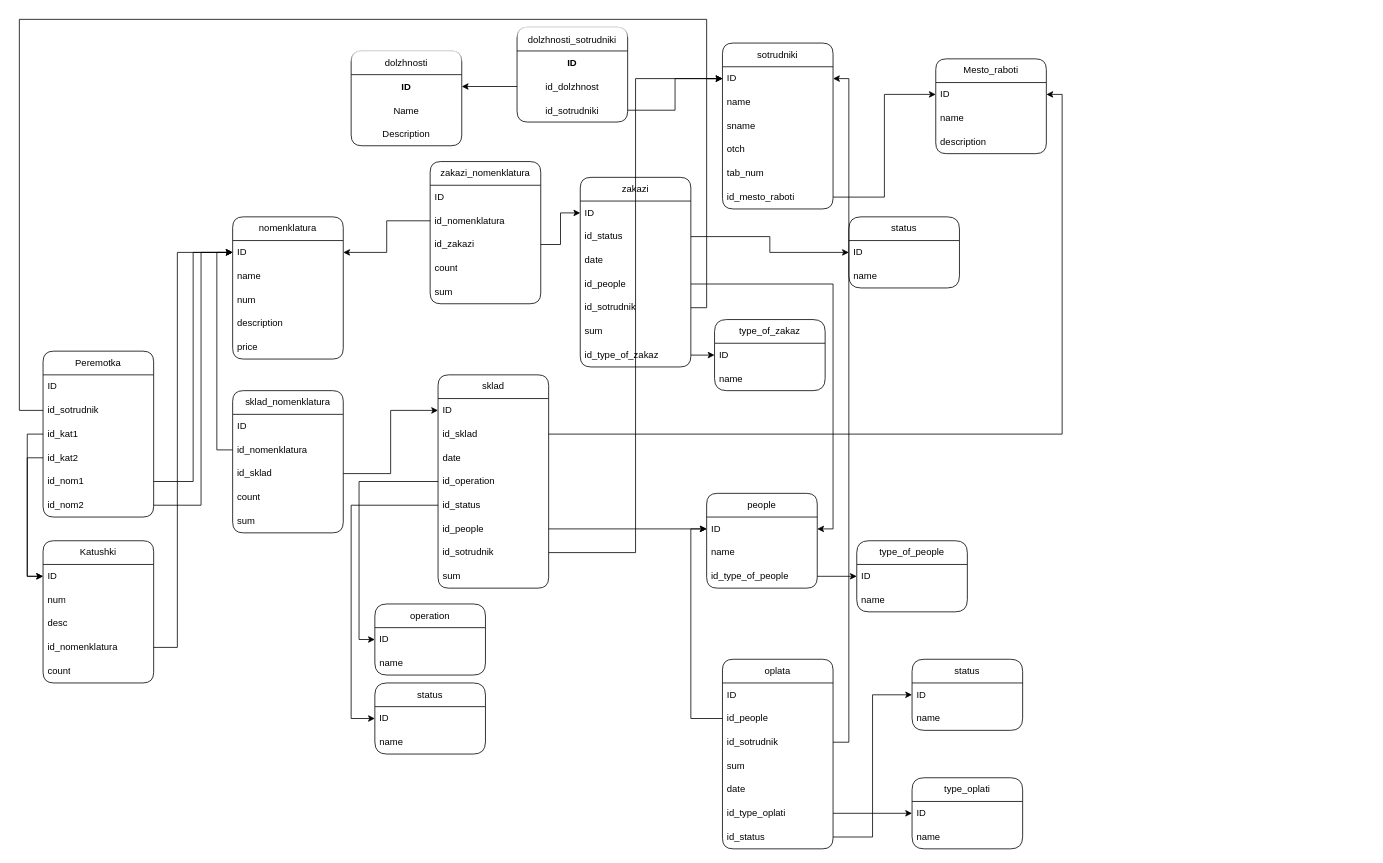
Before: АРМы.drawio in OGdanik/db_diagrams, a draw.io diagram. Source tidied: cells renumbered, new cells numbered last; positions are measured from the earlier drawing's top-left corner, leaving out a move shared by most shapes. Both pictures are drawn from the tidied source at 79%, with x=0, y=0 at pixel (19, 19).
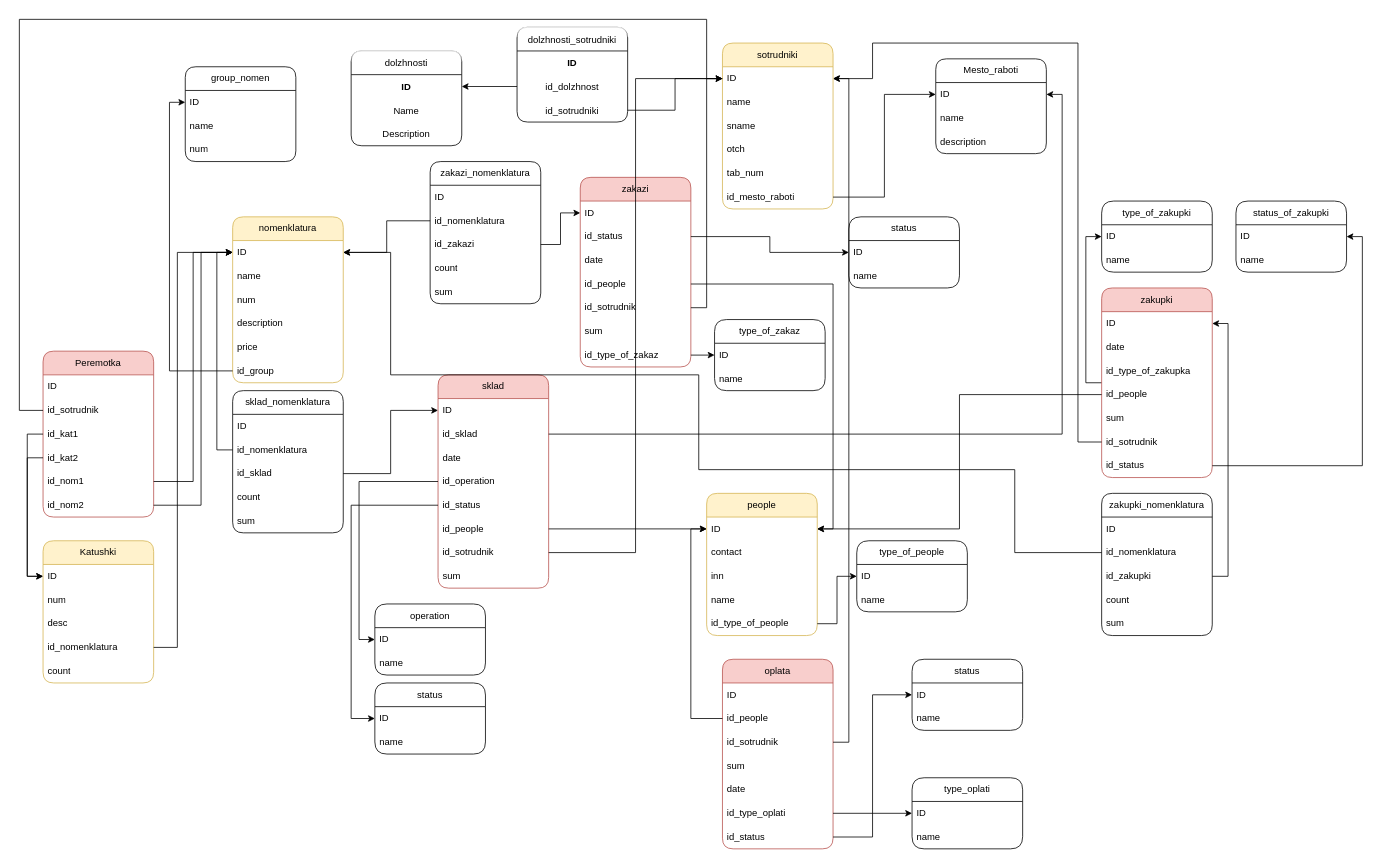
The same diagram, later.

The change refers to these unchanged cells:
```xml
<mxCell id="7" value="ID" style="text;strokeColor=none;fillColor=none;align=left;verticalAlign=middle;spacingLeft=4;spacingRight=4;overflow=hidden;points=[[0,0.5],[1,0.5]];portConstraint=eastwest;whiteSpace=wrap;html=1;" parent="6" vertex="1">
  <mxGeometry y="30" width="140" height="30" as="geometry" />
</mxCell>
<mxCell id="25" value="ID" style="text;strokeColor=none;fillColor=none;align=left;verticalAlign=middle;spacingLeft=4;spacingRight=4;overflow=hidden;points=[[0,0.5],[1,0.5]];portConstraint=eastwest;whiteSpace=wrap;html=1;" parent="24" vertex="1">
  <mxGeometry y="30" width="140" height="30" as="geometry" />
</mxCell>
<mxCell id="29" value="ID" style="text;strokeColor=none;fillColor=none;align=left;verticalAlign=middle;spacingLeft=4;spacingRight=4;overflow=hidden;points=[[0,0.5],[1,0.5]];portConstraint=eastwest;whiteSpace=wrap;html=1;" parent="28" vertex="1">
  <mxGeometry y="30" width="140" height="30" as="geometry" />
</mxCell>
```

The edit, as a diff of the source:
```diff
@@
-    <mxCell id="6" value="sotrudniki" style="swimlane;fontStyle=0;horizontal=1;startSize=30;whiteSpace=wrap;html=1;fillStyle=auto;shadow=0;glass=0;rounded=1;" parent="1" vertex="1">
+    <mxCell id="6" value="sotrudniki" style="swimlane;fontStyle=0;horizontal=1;startSize=30;whiteSpace=wrap;html=1;fillStyle=auto;shadow=0;glass=0;rounded=1;fillColor=#fff2cc;strokeColor=#d6b656;" parent="1" vertex="1">
       <mxGeometry x="890" y="30" width="140" height="210" as="geometry" />
     </mxCell>
@@
-    <mxCell id="24" value="people" style="swimlane;fontStyle=0;horizontal=1;startSize=30;whiteSpace=wrap;html=1;fillStyle=auto;shadow=0;glass=0;rounded=1;" parent="1" vertex="1">
-      <mxGeometry x="870" y="600" width="140" height="120" as="geometry" />
+    <mxCell id="24" value="people" style="swimlane;fontStyle=0;horizontal=1;startSize=30;whiteSpace=wrap;html=1;fillStyle=auto;shadow=0;glass=0;rounded=1;fillColor=#fff2cc;strokeColor=#d6b656;" parent="1" vertex="1">
+      <mxGeometry x="870" y="600" width="140" height="180" as="geometry" />
     </mxCell>
@@
+    <mxCell id="129" value="contact" style="text;strokeColor=none;fillColor=none;align=left;verticalAlign=middle;spacingLeft=4;spacingRight=4;overflow=hidden;whiteSpace=wrap;html=1;" parent="24" vertex="1">
+      <mxGeometry y="60" width="140" height="30" as="geometry" />
+    </mxCell>
+    <mxCell id="130" value="inn" style="text;strokeColor=none;fillColor=none;align=left;verticalAlign=middle;spacingLeft=4;spacingRight=4;overflow=hidden;whiteSpace=wrap;html=1;" parent="24" vertex="1">
+      <mxGeometry y="90" width="140" height="30" as="geometry" />
+    </mxCell>
     <mxCell id="26" value="name" style="text;strokeColor=none;fillColor=none;align=left;verticalAlign=middle;spacingLeft=4;spacingRight=4;overflow=hidden;whiteSpace=wrap;html=1;" parent="24" vertex="1">
-      <mxGeometry y="60" width="140" height="30" as="geometry" />
+      <mxGeometry y="120" width="140" height="30" as="geometry" />
     </mxCell>
     <mxCell id="27" value="id_type_of_people" style="text;strokeColor=none;fillColor=none;align=left;verticalAlign=middle;spacingLeft=4;spacingRight=4;overflow=hidden;points=[[0,0.5],[1,0.5]];portConstraint=eastwest;whiteSpace=wrap;html=1;" parent="24" vertex="1">
-      <mxGeometry y="90" width="140" height="30" as="geometry" />
+      <mxGeometry y="150" width="140" height="30" as="geometry" />
     </mxCell>
-    <mxCell id="28" value="nomenklatura" style="swimlane;fontStyle=0;horizontal=1;startSize=30;whiteSpace=wrap;html=1;fillStyle=auto;shadow=0;glass=0;rounded=1;" parent="1" vertex="1">
-      <mxGeometry x="270" y="250" width="140" height="180" as="geometry" />
+    <mxCell id="28" value="nomenklatura" style="swimlane;fontStyle=0;horizontal=1;startSize=30;whiteSpace=wrap;html=1;fillStyle=auto;shadow=0;glass=0;rounded=1;fillColor=#fff2cc;strokeColor=#d6b656;" parent="1" vertex="1">
+      <mxGeometry x="270" y="250" width="140" height="210" as="geometry" />
     </mxCell>
@@
+    <mxCell id="131" value="id_group" style="text;strokeColor=none;fillColor=none;align=left;verticalAlign=middle;spacingLeft=4;spacingRight=4;overflow=hidden;points=[[0,0.5],[1,0.5]];portConstraint=eastwest;whiteSpace=wrap;html=1;" parent="28" vertex="1">
+      <mxGeometry y="180" width="140" height="30" as="geometry" />
+    </mxCell>
-    <mxCell id="34" value="sklad" style="swimlane;fontStyle=0;horizontal=1;startSize=30;whiteSpace=wrap;html=1;fillStyle=auto;shadow=0;glass=0;rounded=1;" parent="1" vertex="1">
+    <mxCell id="34" value="sklad" style="swimlane;fontStyle=0;horizontal=1;startSize=30;whiteSpace=wrap;html=1;fillStyle=auto;shadow=0;glass=0;rounded=1;fillColor=#f8cecc;strokeColor=#b85450;" parent="1" vertex="1">
       <mxGeometry x="530" y="450" width="140" height="270" as="geometry" />
     </mxCell>
@@
-    <mxCell id="72" value="zakazi" style="swimlane;fontStyle=0;horizontal=1;startSize=30;whiteSpace=wrap;html=1;rounded=1;shadow=0;glass=0;sketch=0;fillStyle=auto;" parent="1" vertex="1">
+    <mxCell id="72" value="zakazi" style="swimlane;fontStyle=0;horizontal=1;startSize=30;whiteSpace=wrap;html=1;rounded=1;shadow=0;glass=0;sketch=0;fillStyle=auto;fillColor=#f8cecc;strokeColor=#b85450;" parent="1" vertex="1">
       <mxGeometry x="710" y="200" width="140" height="240" as="geometry" />
     </mxCell>
@@
-    <mxCell id="92" value="Katushki" style="swimlane;fontStyle=0;horizontal=1;startSize=30;whiteSpace=wrap;html=1;rounded=1;shadow=0;glass=0;sketch=0;fillStyle=auto;" parent="1" vertex="1">
+    <mxCell id="92" value="Katushki" style="swimlane;fontStyle=0;horizontal=1;startSize=30;whiteSpace=wrap;html=1;rounded=1;shadow=0;glass=0;sketch=0;fillStyle=auto;fillColor=#fff2cc;strokeColor=#d6b656;" parent="1" vertex="1">
       <mxGeometry x="30" y="660" width="140" height="180" as="geometry" />
     </mxCell>
@@
-    <mxCell id="98" value="Peremotka" style="swimlane;fontStyle=0;horizontal=1;startSize=30;whiteSpace=wrap;html=1;rounded=1;shadow=0;glass=0;sketch=0;fillStyle=auto;" parent="1" vertex="1">
+    <mxCell id="98" value="Peremotka" style="swimlane;fontStyle=0;horizontal=1;startSize=30;whiteSpace=wrap;html=1;rounded=1;shadow=0;glass=0;sketch=0;fillStyle=auto;fillColor=#f8cecc;strokeColor=#b85450;" parent="1" vertex="1">
       <mxGeometry x="30" y="420" width="140" height="210" as="geometry" />
     </mxCell>
@@
-    <mxCell id="110" value="oplata" style="swimlane;fontStyle=0;horizontal=1;startSize=30;whiteSpace=wrap;html=1;rounded=1;shadow=0;glass=0;sketch=0;fillStyle=auto;" parent="1" vertex="1">
+    <mxCell id="110" value="oplata" style="swimlane;fontStyle=0;horizontal=1;startSize=30;whiteSpace=wrap;html=1;rounded=1;shadow=0;glass=0;sketch=0;fillStyle=auto;fillColor=#f8cecc;strokeColor=#b85450;" parent="1" vertex="1">
       <mxGeometry x="890" y="810" width="140" height="240" as="geometry" />
     </mxCell>
@@
+    <mxCell id="132" value="group_nomen" style="swimlane;fontStyle=0;horizontal=1;startSize=30;whiteSpace=wrap;html=1;fillStyle=auto;shadow=0;glass=0;rounded=1;" parent="1" vertex="1">
+      <mxGeometry x="210" y="60" width="140" height="120" as="geometry" />
+    </mxCell>
+    <mxCell id="133" value="ID" style="text;strokeColor=none;fillColor=none;align=left;verticalAlign=middle;spacingLeft=4;spacingRight=4;overflow=hidden;points=[[0,0.5],[1,0.5]];portConstraint=eastwest;whiteSpace=wrap;html=1;" parent="132" vertex="1">
+      <mxGeometry y="30" width="140" height="30" as="geometry" />
+    </mxCell>
+    <mxCell id="134" value="name" style="text;strokeColor=none;fillColor=none;align=left;verticalAlign=middle;spacingLeft=4;spacingRight=4;overflow=hidden;whiteSpace=wrap;html=1;" parent="132" vertex="1">
+      <mxGeometry y="60" width="140" height="30" as="geometry" />
+    </mxCell>
+    <mxCell id="135" value="num" style="text;strokeColor=none;fillColor=none;align=left;verticalAlign=middle;spacingLeft=4;spacingRight=4;overflow=hidden;whiteSpace=wrap;html=1;" parent="132" vertex="1">
+      <mxGeometry y="90" width="140" height="30" as="geometry" />
+    </mxCell>
+    <mxCell id="136" style="edgeStyle=orthogonalEdgeStyle;rounded=0;jettySize=auto;html=1;exitX=0;exitY=0.5;exitDx=0;exitDy=0;entryX=0;entryY=0.5;entryDx=0;entryDy=0;" parent="1" edge="1" source="131" target="133">
+      <mxGeometry relative="1" as="geometry" />
+    </mxCell>
+    <mxCell id="137" style="edgeStyle=orthogonalEdgeStyle;rounded=0;jettySize=auto;html=1;exitX=0;exitY=0.5;exitDx=0;exitDy=0;entryX=0;entryY=0.5;entryDx=0;entryDy=0;" parent="1" edge="1" source="138" target="154">
+      <mxGeometry relative="1" as="geometry" />
+    </mxCell>
+    <mxCell id="138" value="zakupki" style="swimlane;fontStyle=0;horizontal=1;startSize=30;whiteSpace=wrap;html=1;fillStyle=auto;shadow=0;glass=0;rounded=1;fillColor=#f8cecc;strokeColor=#b85450;" parent="1" vertex="1">
+      <mxGeometry x="1370" y="340" width="140" height="240" as="geometry" />
+    </mxCell>
+    <mxCell id="139" value="ID" style="text;strokeColor=none;fillColor=none;align=left;verticalAlign=middle;spacingLeft=4;spacingRight=4;overflow=hidden;points=[[0,0.5],[1,0.5]];portConstraint=eastwest;whiteSpace=wrap;html=1;" parent="138" vertex="1">
+      <mxGeometry y="30" width="140" height="30" as="geometry" />
+    </mxCell>
+    <mxCell id="140" value="date" style="text;strokeColor=none;fillColor=none;align=left;verticalAlign=middle;spacingLeft=4;spacingRight=4;overflow=hidden;whiteSpace=wrap;html=1;" parent="138" vertex="1">
+      <mxGeometry y="60" width="140" height="30" as="geometry" />
+    </mxCell>
+    <mxCell id="141" value="id_type_of_zakupka" style="text;strokeColor=none;fillColor=none;align=left;verticalAlign=middle;spacingLeft=4;spacingRight=4;overflow=hidden;whiteSpace=wrap;html=1;" parent="138" vertex="1">
+      <mxGeometry y="90" width="140" height="30" as="geometry" />
+    </mxCell>
+    <mxCell id="142" value="id_people" style="text;strokeColor=none;fillColor=none;align=left;verticalAlign=middle;spacingLeft=4;spacingRight=4;overflow=hidden;points=[[0,0.5],[1,0.5]];portConstraint=eastwest;whiteSpace=wrap;html=1;" parent="138" vertex="1">
+      <mxGeometry y="120" width="140" height="30" as="geometry" />
+    </mxCell>
+    <mxCell id="143" value="sum" style="text;strokeColor=none;fillColor=none;align=left;verticalAlign=middle;spacingLeft=4;spacingRight=4;overflow=hidden;whiteSpace=wrap;html=1;" parent="138" vertex="1">
+      <mxGeometry y="150" width="140" height="30" as="geometry" />
+    </mxCell>
+    <mxCell id="144" value="id_sotrudnik" style="text;strokeColor=none;fillColor=none;align=left;verticalAlign=middle;spacingLeft=4;spacingRight=4;overflow=hidden;points=[[0,0.5],[1,0.5]];portConstraint=eastwest;whiteSpace=wrap;html=1;" parent="138" vertex="1">
+      <mxGeometry y="180" width="140" height="30" as="geometry" />
+    </mxCell>
+    <mxCell id="145" value="id_status" style="text;strokeColor=none;fillColor=none;align=left;verticalAlign=middle;spacingLeft=4;spacingRight=4;overflow=hidden;points=[[0,0.5],[1,0.5]];portConstraint=eastwest;whiteSpace=wrap;html=1;" parent="138" vertex="1">
+      <mxGeometry y="210" width="140" height="30" as="geometry" />
+    </mxCell>
+    <mxCell id="146" value="zakupki_nomenklatura" style="swimlane;fontStyle=0;horizontal=1;startSize=30;whiteSpace=wrap;html=1;fillStyle=auto;shadow=0;glass=0;rounded=1;" parent="1" vertex="1">
+      <mxGeometry x="1370" y="600" width="140" height="180" as="geometry" />
+    </mxCell>
+    <mxCell id="147" value="ID" style="text;strokeColor=none;fillColor=none;align=left;verticalAlign=middle;spacingLeft=4;spacingRight=4;overflow=hidden;whiteSpace=wrap;html=1;" parent="146" vertex="1">
+      <mxGeometry y="30" width="140" height="30" as="geometry" />
+    </mxCell>
+    <mxCell id="148" value="id_nomenklatura" style="text;strokeColor=none;fillColor=none;align=left;verticalAlign=middle;spacingLeft=4;spacingRight=4;overflow=hidden;points=[[0,0.5],[1,0.5]];portConstraint=eastwest;whiteSpace=wrap;html=1;" parent="146" vertex="1">
+      <mxGeometry y="60" width="140" height="30" as="geometry" />
+    </mxCell>
+    <mxCell id="149" value="id_zakupki" style="text;strokeColor=none;fillColor=none;align=left;verticalAlign=middle;spacingLeft=4;spacingRight=4;overflow=hidden;points=[[0,0.5],[1,0.5]];portConstraint=eastwest;whiteSpace=wrap;html=1;" parent="146" vertex="1">
+      <mxGeometry y="90" width="140" height="30" as="geometry" />
+    </mxCell>
+    <mxCell id="150" value="count" style="text;strokeColor=none;fillColor=none;align=left;verticalAlign=middle;spacingLeft=4;spacingRight=4;overflow=hidden;whiteSpace=wrap;html=1;" parent="146" vertex="1">
+      <mxGeometry y="120" width="140" height="30" as="geometry" />
+    </mxCell>
+    <mxCell id="151" value="sum" style="text;strokeColor=none;fillColor=none;align=left;verticalAlign=middle;spacingLeft=4;spacingRight=4;overflow=hidden;whiteSpace=wrap;html=1;" parent="146" vertex="1">
+      <mxGeometry y="150" width="140" height="30" as="geometry" />
+    </mxCell>
+    <mxCell id="152" style="edgeStyle=orthogonalEdgeStyle;rounded=0;jettySize=auto;html=1;exitX=1;exitY=0.5;exitDx=0;exitDy=0;entryX=1;entryY=0.5;entryDx=0;entryDy=0;" parent="1" edge="1" source="149" target="139">
+      <mxGeometry relative="1" as="geometry" />
+    </mxCell>
+    <mxCell id="153" style="edgeStyle=orthogonalEdgeStyle;rounded=0;jettySize=auto;html=1;exitX=0;exitY=0.5;exitDx=0;exitDy=0;entryX=1;entryY=0.5;entryDx=0;entryDy=0;" parent="1" edge="1" source="148" target="29">
+      <mxGeometry relative="1" as="geometry">
+        <Array as="points">
+          <mxPoint x="1260" y="675" />
+          <mxPoint x="1260" y="570" />
+          <mxPoint x="860" y="570" />
+          <mxPoint x="860" y="450" />
+          <mxPoint x="470" y="450" />
+          <mxPoint x="470" y="295" />
+        </Array>
+      </mxGeometry>
+    </mxCell>
+    <mxCell id="154" value="type_of_zakupki" style="swimlane;fontStyle=0;horizontal=1;startSize=30;whiteSpace=wrap;html=1;fillStyle=auto;shadow=0;glass=0;rounded=1;arcSize=17;" parent="1" vertex="1">
+      <mxGeometry x="1370" y="230" width="140" height="90" as="geometry" />
+    </mxCell>
+    <mxCell id="155" value="ID" style="text;strokeColor=none;fillColor=none;align=left;verticalAlign=middle;spacingLeft=4;spacingRight=4;overflow=hidden;whiteSpace=wrap;html=1;" parent="154" vertex="1">
+      <mxGeometry y="30" width="140" height="30" as="geometry" />
+    </mxCell>
+    <mxCell id="156" value="name" style="text;strokeColor=none;fillColor=none;align=left;verticalAlign=middle;spacingLeft=4;spacingRight=4;overflow=hidden;whiteSpace=wrap;html=1;" parent="154" vertex="1">
+      <mxGeometry y="60" width="140" height="30" as="geometry" />
+    </mxCell>
+    <mxCell id="157" value="status_of_zakupki" style="swimlane;fontStyle=0;horizontal=1;startSize=30;whiteSpace=wrap;html=1;fillStyle=auto;shadow=0;glass=0;rounded=1;arcSize=17;" parent="1" vertex="1">
+      <mxGeometry x="1540" y="230" width="140" height="90" as="geometry" />
+    </mxCell>
+    <mxCell id="158" value="ID" style="text;strokeColor=none;fillColor=none;align=left;verticalAlign=middle;spacingLeft=4;spacingRight=4;overflow=hidden;points=[[0,0.5],[1,0.5]];portConstraint=eastwest;whiteSpace=wrap;html=1;" parent="157" vertex="1">
+      <mxGeometry y="30" width="140" height="30" as="geometry" />
+    </mxCell>
+    <mxCell id="159" value="name" style="text;strokeColor=none;fillColor=none;align=left;verticalAlign=middle;spacingLeft=4;spacingRight=4;overflow=hidden;whiteSpace=wrap;html=1;" parent="157" vertex="1">
+      <mxGeometry y="60" width="140" height="30" as="geometry" />
+    </mxCell>
+    <mxCell id="160" style="edgeStyle=orthogonalEdgeStyle;rounded=0;jettySize=auto;html=1;exitX=1;exitY=0.5;exitDx=0;exitDy=0;entryX=1;entryY=0.5;entryDx=0;entryDy=0;" parent="1" edge="1" source="145" target="158">
+      <mxGeometry relative="1" as="geometry" />
+    </mxCell>
+    <mxCell id="161" style="edgeStyle=orthogonalEdgeStyle;rounded=0;jettySize=auto;html=1;exitX=0;exitY=0.5;exitDx=0;exitDy=0;entryX=1;entryY=0.5;entryDx=0;entryDy=0;" parent="1" edge="1" source="144" target="7">
+      <mxGeometry relative="1" as="geometry">
+        <Array as="points">
+          <mxPoint x="1340" y="535" />
+          <mxPoint x="1340" y="30" />
+          <mxPoint x="1080" y="30" />
+          <mxPoint x="1080" y="75" />
+        </Array>
+      </mxGeometry>
+    </mxCell>
+    <mxCell id="162" style="edgeStyle=orthogonalEdgeStyle;rounded=0;jettySize=auto;html=1;exitX=0;exitY=0.5;exitDx=0;exitDy=0;entryX=1;entryY=0.5;entryDx=0;entryDy=0;" parent="1" edge="1" source="142" target="25">
+      <mxGeometry relative="1" as="geometry" />
+    </mxCell>
```
